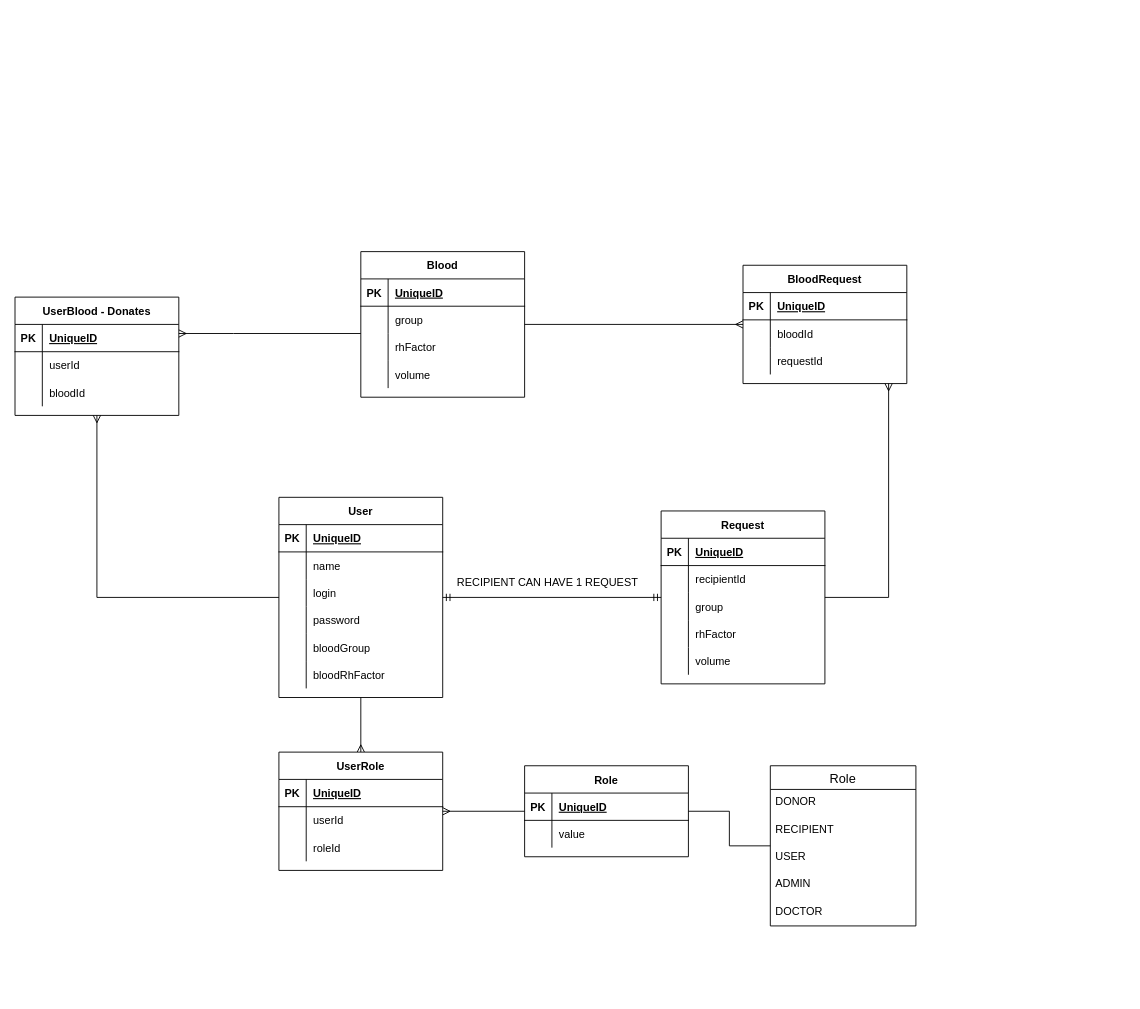
This is db-blood.drawio from Dispersioned/blood-donations-backend, a draw.io file, before an edit. Source tidied: cells renumbered, new cells numbered last; positions are measured from the earlier drawing's top-left corner, leaving out a move shared by most shapes. Both pictures are drawn from the tidied source at 91%, with x=0, y=0 at pixel (15, 251).
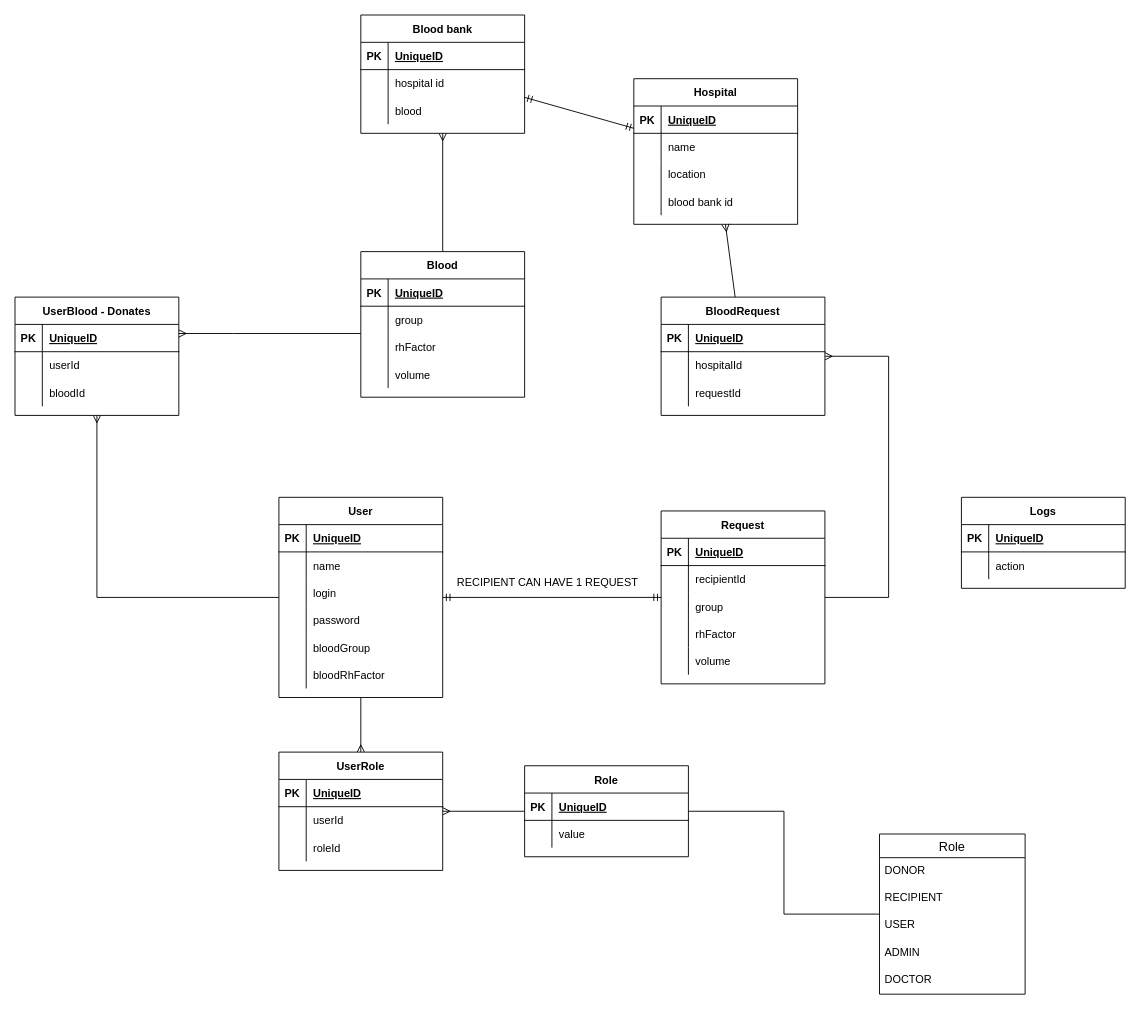
After the change.

Unchanged cells that the change refers to:
```xml
<mxCell id="65" value="Blood" style="shape=table;startSize=30;childLayout=tableLayout;rowLines=0;fontStyle=1;align=center;" parent="1" vertex="1">
  <mxGeometry x="380" width="180" height="160" as="geometry" />
</mxCell>
<mxCell id="96" style="shape=tableRow;horizontal=0;startSize=0;swimlaneHead=0;swimlaneBody=0;fillColor=none;top=0;left=0;right=0;bottom=0;" parent="92" vertex="1">
  <mxGeometry y="60" width="180" height="30" as="geometry" />
</mxCell>
```

The edit, as a diff of the source:
```diff
@@
     <mxCell id="31" value="Role" style="swimlane;fontStyle=0;horizontal=1;startSize=26;align=center;fontSize=14;" parent="1" vertex="1">
-      <mxGeometry x="830" y="565" width="160" height="176" as="geometry" />
+      <mxGeometry x="950" y="640" width="160" height="176" as="geometry" />
     </mxCell>
@@
-    <mxCell id="90" style="edgeStyle=orthogonalEdgeStyle;rounded=0;jettySize=auto;html=1;startArrow=ERmany;startFill=0;endArrow=none;endFill=0;" parent="1" edge="1" source="92" target="65">
-      <mxGeometry relative="1" as="geometry" />
-    </mxCell>
@@
     <mxCell id="92" value="BloodRequest" style="shape=table;startSize=30;childLayout=tableLayout;rowLines=0;fontStyle=1;align=center;" parent="1" vertex="1">
-      <mxGeometry x="800" y="15" width="180" height="130" as="geometry" />
+      <mxGeometry x="710" y="50" width="180" height="130" as="geometry" />
     </mxCell>
@@
-    <mxCell id="98" value="bloodId" style="shape=partialRectangle;fillColor=none;top=0;left=0;bottom=0;right=0;align=left;spacingLeft=6;overflow=hidden;" parent="96" vertex="1">
+    <mxCell id="98" value="hospitalId" style="shape=partialRectangle;fillColor=none;top=0;left=0;bottom=0;right=0;align=left;spacingLeft=6;overflow=hidden;" parent="96" vertex="1">
       <mxGeometry x="30" width="150" height="30" as="geometry" />
     </mxCell>
@@
+    <mxCell id="102" value="Logs" style="shape=table;startSize=30;childLayout=tableLayout;rowLines=0;fontStyle=1;align=center;" parent="1" vertex="1">
+      <mxGeometry x="1040" y="270" width="180" height="100" as="geometry" />
+    </mxCell>
+    <mxCell id="103" style="shape=tableRow;horizontal=0;startSize=0;swimlaneHead=0;swimlaneBody=0;fillColor=none;top=0;left=0;right=0;bottom=1;" parent="102" vertex="1">
+      <mxGeometry y="30" width="180" height="30" as="geometry" />
+    </mxCell>
+    <mxCell id="104" value="PK" style="shape=partialRectangle;fillColor=none;top=0;left=0;bottom=0;right=0;fontStyle=1;overflow=hidden;" parent="103" vertex="1">
+      <mxGeometry width="30" height="30" as="geometry" />
+    </mxCell>
+    <mxCell id="105" value="UniqueID" style="shape=partialRectangle;fillColor=none;top=0;left=0;bottom=0;right=0;align=left;spacingLeft=6;fontStyle=5;overflow=hidden;" parent="103" vertex="1">
+      <mxGeometry x="30" width="150" height="30" as="geometry" />
+    </mxCell>
+    <mxCell id="106" style="shape=tableRow;horizontal=0;startSize=0;swimlaneHead=0;swimlaneBody=0;fillColor=none;top=0;left=0;right=0;bottom=0;" parent="102" vertex="1">
+      <mxGeometry y="60" width="180" height="30" as="geometry" />
+    </mxCell>
+    <mxCell id="107" style="shape=partialRectangle;fillColor=none;top=0;left=0;bottom=0;right=0;overflow=hidden;" parent="106" vertex="1">
+      <mxGeometry width="30" height="30" as="geometry" />
+    </mxCell>
+    <mxCell id="108" value="action" style="shape=partialRectangle;fillColor=none;top=0;left=0;bottom=0;right=0;align=left;spacingLeft=6;overflow=hidden;" parent="106" vertex="1">
+      <mxGeometry x="30" width="150" height="30" as="geometry" />
+    </mxCell>
+    <mxCell id="109" style="edgeStyle=none;html=1;endArrow=ERmandOne;endFill=0;startArrow=ERmandOne;startFill=0;" parent="1" edge="1" source="111" target="125">
+      <mxGeometry relative="1" as="geometry" />
+    </mxCell>
+    <mxCell id="110" style="edgeStyle=none;html=1;startArrow=ERmany;startFill=0;endArrow=none;endFill=0;" parent="1" edge="1" source="111" target="92">
+      <mxGeometry relative="1" as="geometry" />
+    </mxCell>
+    <mxCell id="111" value="Hospital" style="shape=table;startSize=30;childLayout=tableLayout;rowLines=0;fontStyle=1;align=center;" parent="1" vertex="1">
+      <mxGeometry x="680" y="-190" width="180" height="160" as="geometry" />
+    </mxCell>
+    <mxCell id="112" style="shape=tableRow;horizontal=0;startSize=0;swimlaneHead=0;swimlaneBody=0;fillColor=none;top=0;left=0;right=0;bottom=1;" parent="111" vertex="1">
+      <mxGeometry y="30" width="180" height="30" as="geometry" />
+    </mxCell>
+    <mxCell id="113" value="PK" style="shape=partialRectangle;fillColor=none;top=0;left=0;bottom=0;right=0;fontStyle=1;overflow=hidden;" parent="112" vertex="1">
+      <mxGeometry width="30" height="30" as="geometry" />
+    </mxCell>
+    <mxCell id="114" value="UniqueID" style="shape=partialRectangle;fillColor=none;top=0;left=0;bottom=0;right=0;align=left;spacingLeft=6;fontStyle=5;overflow=hidden;" parent="112" vertex="1">
+      <mxGeometry x="30" width="150" height="30" as="geometry" />
+    </mxCell>
+    <mxCell id="115" style="shape=tableRow;horizontal=0;startSize=0;swimlaneHead=0;swimlaneBody=0;fillColor=none;top=0;left=0;right=0;bottom=0;" parent="111" vertex="1">
+      <mxGeometry y="60" width="180" height="30" as="geometry" />
+    </mxCell>
+    <mxCell id="116" style="shape=partialRectangle;fillColor=none;top=0;left=0;bottom=0;right=0;overflow=hidden;" parent="115" vertex="1">
+      <mxGeometry width="30" height="30" as="geometry" />
+    </mxCell>
+    <mxCell id="117" value="name" style="shape=partialRectangle;fillColor=none;top=0;left=0;bottom=0;right=0;align=left;spacingLeft=6;overflow=hidden;" parent="115" vertex="1">
+      <mxGeometry x="30" width="150" height="30" as="geometry" />
+    </mxCell>
+    <mxCell id="118" style="shape=tableRow;horizontal=0;startSize=0;swimlaneHead=0;swimlaneBody=0;fillColor=none;top=0;left=0;right=0;bottom=0;" parent="111" vertex="1">
+      <mxGeometry y="90" width="180" height="30" as="geometry" />
+    </mxCell>
+    <mxCell id="119" style="shape=partialRectangle;fillColor=none;top=0;left=0;bottom=0;right=0;overflow=hidden;" parent="118" vertex="1">
+      <mxGeometry width="30" height="30" as="geometry" />
+    </mxCell>
+    <mxCell id="120" value="location" style="shape=partialRectangle;fillColor=none;top=0;left=0;bottom=0;right=0;align=left;spacingLeft=6;overflow=hidden;" parent="118" vertex="1">
+      <mxGeometry x="30" width="150" height="30" as="geometry" />
+    </mxCell>
+    <mxCell id="121" style="shape=tableRow;horizontal=0;startSize=0;swimlaneHead=0;swimlaneBody=0;fillColor=none;top=0;left=0;right=0;bottom=0;" parent="111" vertex="1">
+      <mxGeometry y="120" width="180" height="30" as="geometry" />
+    </mxCell>
+    <mxCell id="122" style="shape=partialRectangle;fillColor=none;top=0;left=0;bottom=0;right=0;overflow=hidden;" parent="121" vertex="1">
+      <mxGeometry width="30" height="30" as="geometry" />
+    </mxCell>
+    <mxCell id="123" value="blood bank id" style="shape=partialRectangle;fillColor=none;top=0;left=0;bottom=0;right=0;align=left;spacingLeft=6;overflow=hidden;" parent="121" vertex="1">
+      <mxGeometry x="30" width="150" height="30" as="geometry" />
+    </mxCell>
+    <mxCell id="124" style="edgeStyle=none;html=1;startArrow=ERmany;startFill=0;endArrow=none;endFill=0;" parent="1" edge="1" source="125" target="65">
+      <mxGeometry relative="1" as="geometry" />
+    </mxCell>
+    <mxCell id="125" value="Blood bank" style="shape=table;startSize=30;childLayout=tableLayout;rowLines=0;fontStyle=1;align=center;" parent="1" vertex="1">
+      <mxGeometry x="380" y="-260" width="180" height="130" as="geometry" />
+    </mxCell>
+    <mxCell id="126" style="shape=tableRow;horizontal=0;startSize=0;swimlaneHead=0;swimlaneBody=0;fillColor=none;top=0;left=0;right=0;bottom=1;" parent="125" vertex="1">
+      <mxGeometry y="30" width="180" height="30" as="geometry" />
+    </mxCell>
+    <mxCell id="127" value="PK" style="shape=partialRectangle;fillColor=none;top=0;left=0;bottom=0;right=0;fontStyle=1;overflow=hidden;" parent="126" vertex="1">
+      <mxGeometry width="30" height="30" as="geometry" />
+    </mxCell>
+    <mxCell id="128" value="UniqueID" style="shape=partialRectangle;fillColor=none;top=0;left=0;bottom=0;right=0;align=left;spacingLeft=6;fontStyle=5;overflow=hidden;" parent="126" vertex="1">
+      <mxGeometry x="30" width="150" height="30" as="geometry" />
+    </mxCell>
+    <mxCell id="129" style="shape=tableRow;horizontal=0;startSize=0;swimlaneHead=0;swimlaneBody=0;fillColor=none;top=0;left=0;right=0;bottom=0;" parent="125" vertex="1">
+      <mxGeometry y="60" width="180" height="30" as="geometry" />
+    </mxCell>
+    <mxCell id="130" style="shape=partialRectangle;fillColor=none;top=0;left=0;bottom=0;right=0;overflow=hidden;" parent="129" vertex="1">
+      <mxGeometry width="30" height="30" as="geometry" />
+    </mxCell>
+    <mxCell id="131" value="hospital id" style="shape=partialRectangle;fillColor=none;top=0;left=0;bottom=0;right=0;align=left;spacingLeft=6;overflow=hidden;" parent="129" vertex="1">
+      <mxGeometry x="30" width="150" height="30" as="geometry" />
+    </mxCell>
+    <mxCell id="132" style="shape=tableRow;horizontal=0;startSize=0;swimlaneHead=0;swimlaneBody=0;fillColor=none;top=0;left=0;right=0;bottom=0;" parent="125" vertex="1">
+      <mxGeometry y="90" width="180" height="30" as="geometry" />
+    </mxCell>
+    <mxCell id="133" style="shape=partialRectangle;fillColor=none;top=0;left=0;bottom=0;right=0;overflow=hidden;" parent="132" vertex="1">
+      <mxGeometry width="30" height="30" as="geometry" />
+    </mxCell>
+    <mxCell id="134" value="blood" style="shape=partialRectangle;fillColor=none;top=0;left=0;bottom=0;right=0;align=left;spacingLeft=6;overflow=hidden;" parent="132" vertex="1">
+      <mxGeometry x="30" width="150" height="30" as="geometry" />
+    </mxCell>
```
